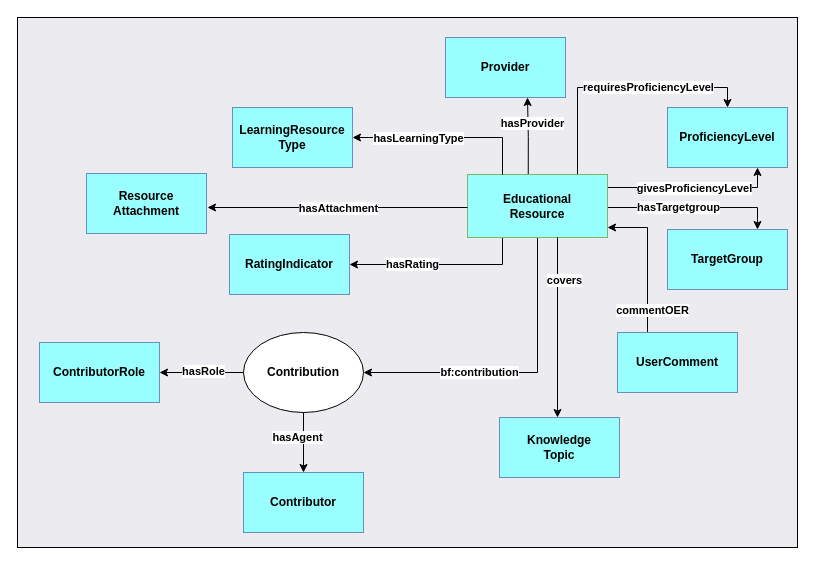
data-literacy-alliance/dalia-ontology keeps this draw.io diagram as visualisations/EducationalResourcePattern_CD.drawio. Above is the earlier version. Source tidied: cells renumbered, new cells numbered last; positions are measured from the earlier drawing's top-left corner, leaving out a move shared by most shapes. Both pictures are drawn from the tidied source at 100%, with x=0, y=0 at pixel (17, 17).
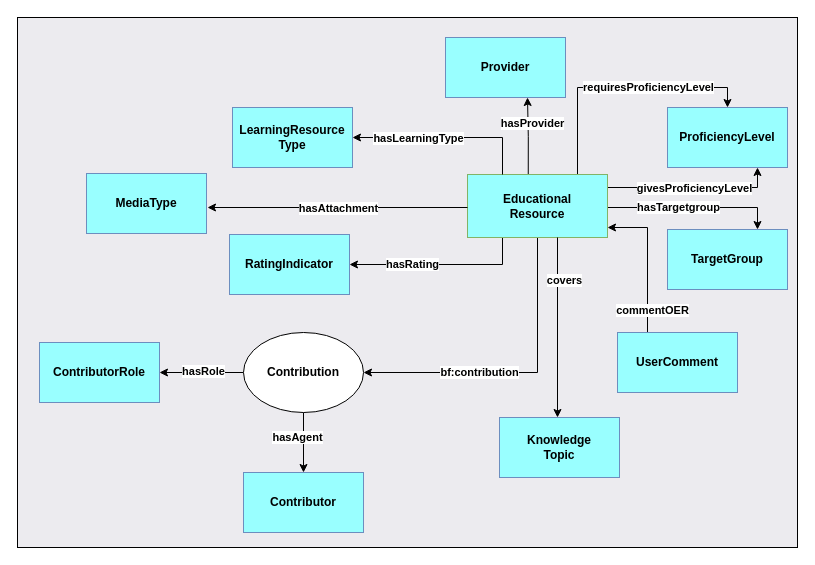
After the change.

What changed in the source:
```diff
@@
-    <mxCell id="14" value="Resource&lt;br&gt;Attachment" style="rounded=0;whiteSpace=wrap;html=1;fillColor=#99FFFF;strokeColor=#6c8ebf;gradientColor=none;fillStyle=auto;fontStyle=1;" parent="1" vertex="1">
+    <mxCell id="14" value="MediaType" style="rounded=0;whiteSpace=wrap;html=1;fillColor=#99FFFF;strokeColor=#6c8ebf;gradientColor=none;fillStyle=auto;fontStyle=1;" parent="1" vertex="1">
       <mxGeometry x="69" y="156" width="120" height="60" as="geometry" />
     </mxCell>
```
